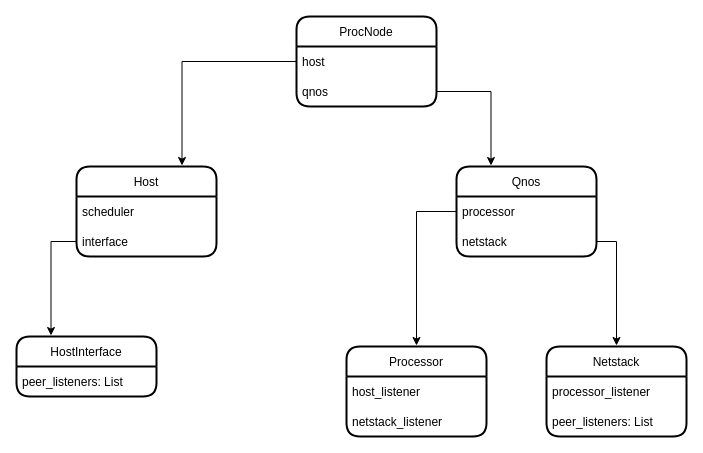
This is squidasm/qoala/arch/protocols.drawio from QuTech-Delft/squidasm, a draw.io file, before an edit. Source tidied: cells renumbered, new cells numbered last; positions are measured from the earlier drawing's top-left corner, leaving out a move shared by most shapes. Both pictures are drawn from the tidied source at 100%, with x=0, y=0 at pixel (16, 16).
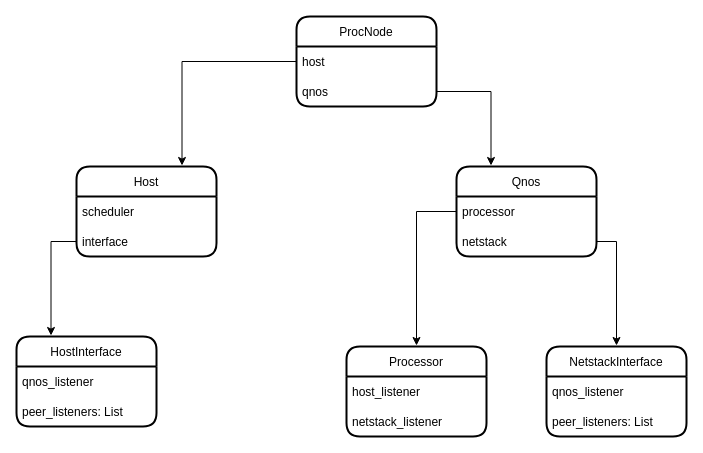
The same page after the edit.

What changed in the source:
```diff
@@
-    <mxCell id="11" value="Netstack" style="swimlane;fontStyle=0;horizontal=1;startSize=30;rounded=1;glass=0;swimlaneLine=1;strokeWidth=2;swimlaneFillColor=none;gradientColor=none;perimeterSpacing=1;" parent="1" vertex="1">
+    <mxCell id="11" value="NetstackInterface" style="swimlane;fontStyle=0;horizontal=1;startSize=30;rounded=1;glass=0;swimlaneLine=1;strokeWidth=2;swimlaneFillColor=none;gradientColor=none;perimeterSpacing=1;" parent="1" vertex="1">
       <mxGeometry x="530" y="330" width="140" height="90" as="geometry" />
     </mxCell>
-    <mxCell id="12" value="processor_listener" style="text;strokeColor=none;fillColor=none;align=left;verticalAlign=middle;spacingLeft=4;spacingRight=4;overflow=hidden;" parent="11" vertex="1">
+    <mxCell id="12" value="qnos_listener" style="text;strokeColor=none;fillColor=none;align=left;verticalAlign=middle;spacingLeft=4;spacingRight=4;overflow=hidden;" parent="11" vertex="1">
       <mxGeometry y="30" width="140" height="30" as="geometry" />
     </mxCell>
@@
     <mxCell id="21" value="HostInterface" style="swimlane;fontStyle=0;horizontal=1;startSize=30;rounded=1;glass=0;swimlaneLine=1;strokeWidth=2;swimlaneFillColor=none;gradientColor=none;perimeterSpacing=1;" parent="1" vertex="1">
-      <mxGeometry y="320" width="140" height="60" as="geometry" />
+      <mxGeometry y="320" width="140" height="90" as="geometry" />
     </mxCell>
+    <mxCell id="24" value="qnos_listener" style="text;strokeColor=none;fillColor=none;align=left;verticalAlign=middle;spacingLeft=4;spacingRight=4;overflow=hidden;dashed=1;dashPattern=1 1;" parent="21" vertex="1">
+      <mxGeometry y="30" width="140" height="30" as="geometry" />
+    </mxCell>
     <mxCell id="22" value="peer_listeners: List" style="text;strokeColor=none;fillColor=none;align=left;verticalAlign=middle;spacingLeft=4;spacingRight=4;overflow=hidden;dashed=1;dashPattern=1 1;" parent="21" vertex="1">
-      <mxGeometry y="30" width="140" height="30" as="geometry" />
+      <mxGeometry y="60" width="140" height="30" as="geometry" />
     </mxCell>
```
